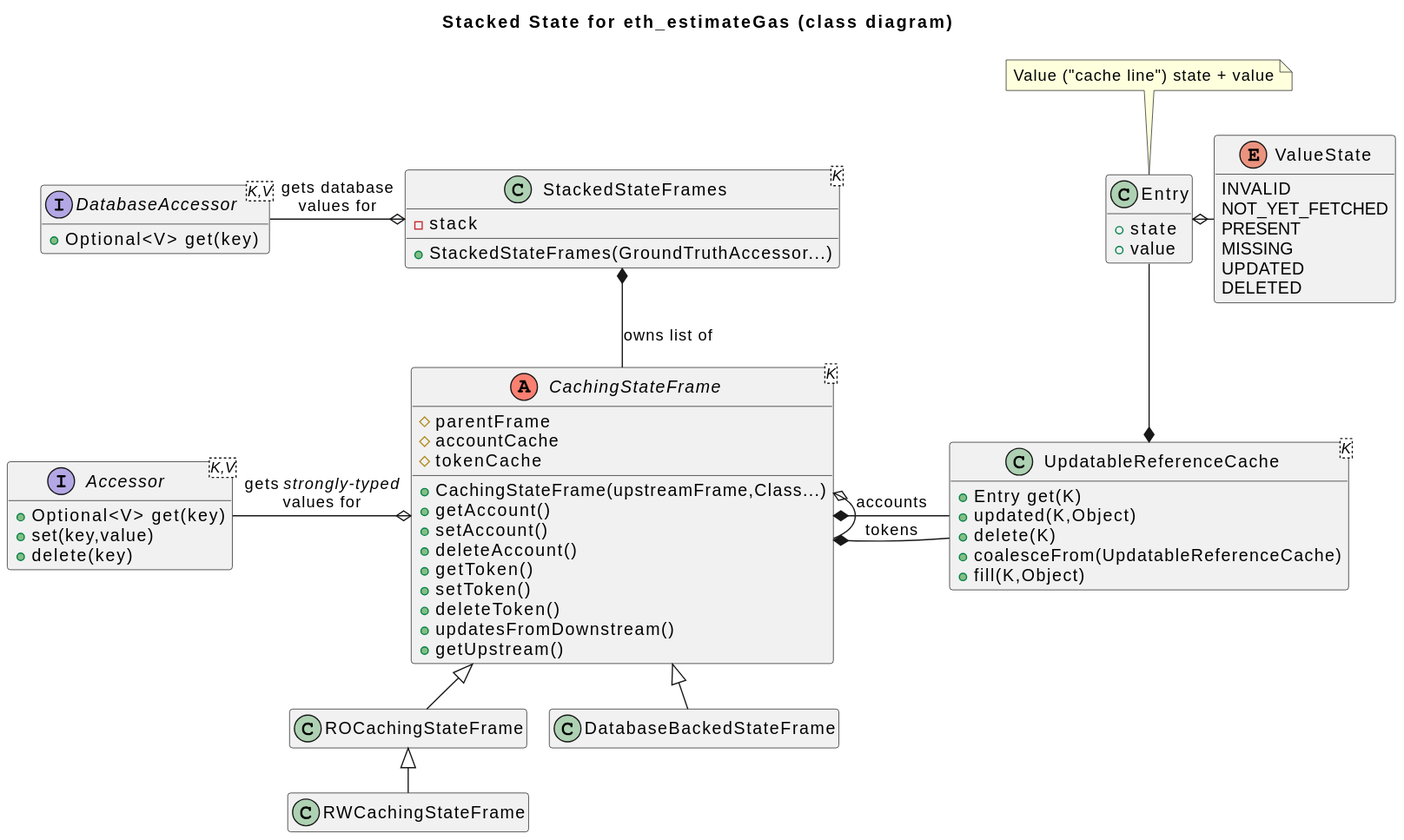
Above: docs/design/images/ClassDiagram-StackedStateFrames.svg in hashgraph/hedera-mirror-node (PlantUML), before the change.
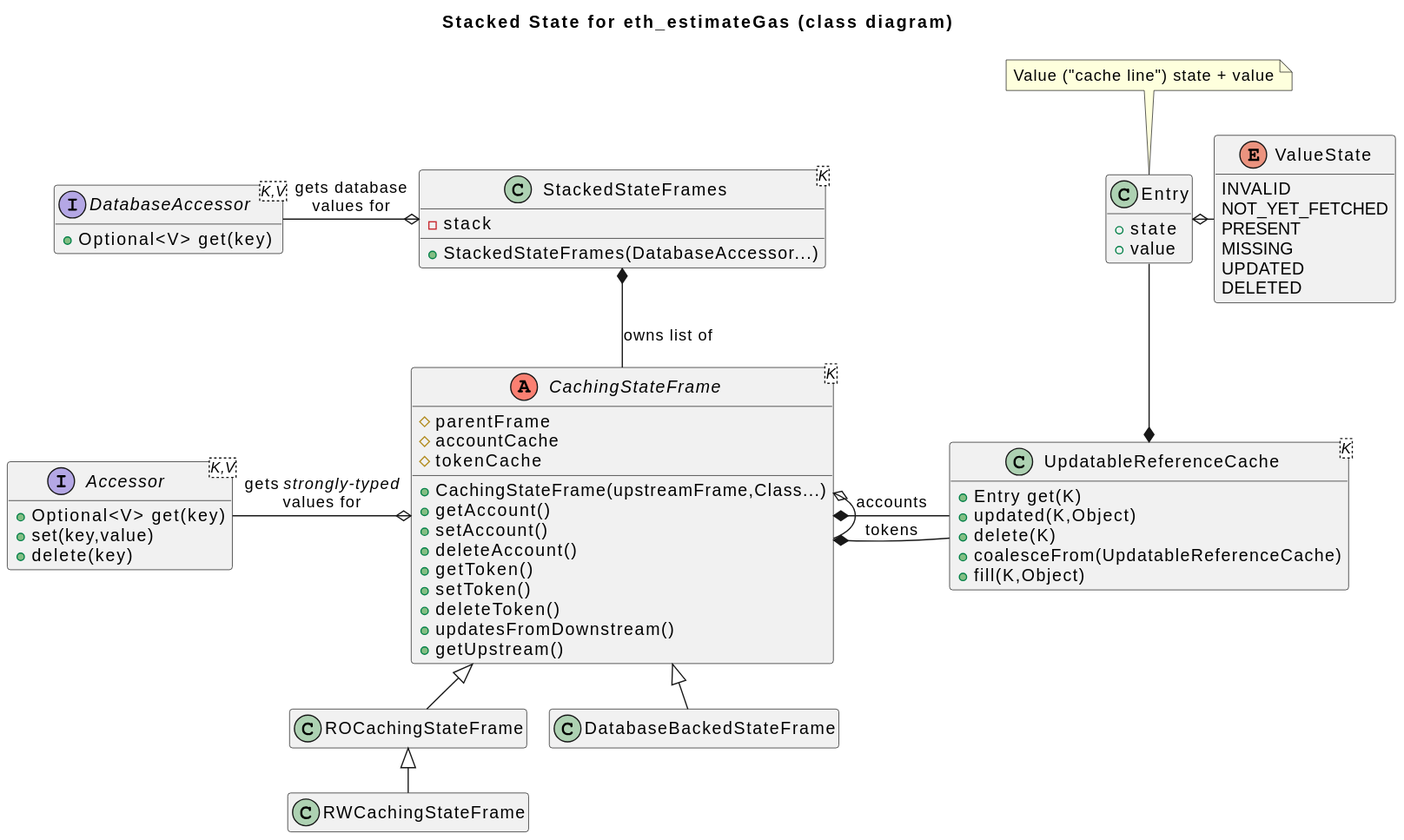
Above is the later version.

Commit message:
Fix name in class diagram (CR comment)

Change to the diagram source:
```diff
@@ -53,7 +53,7 @@
 
 class StackedStateFrames<K> {
   -stack
-  +StackedStateFrames(GroundTruthAccessor...)
+  +StackedStateFrames(DatabaseAccessor...)
 }
 
 Entry::state o-right- ValueState
```
